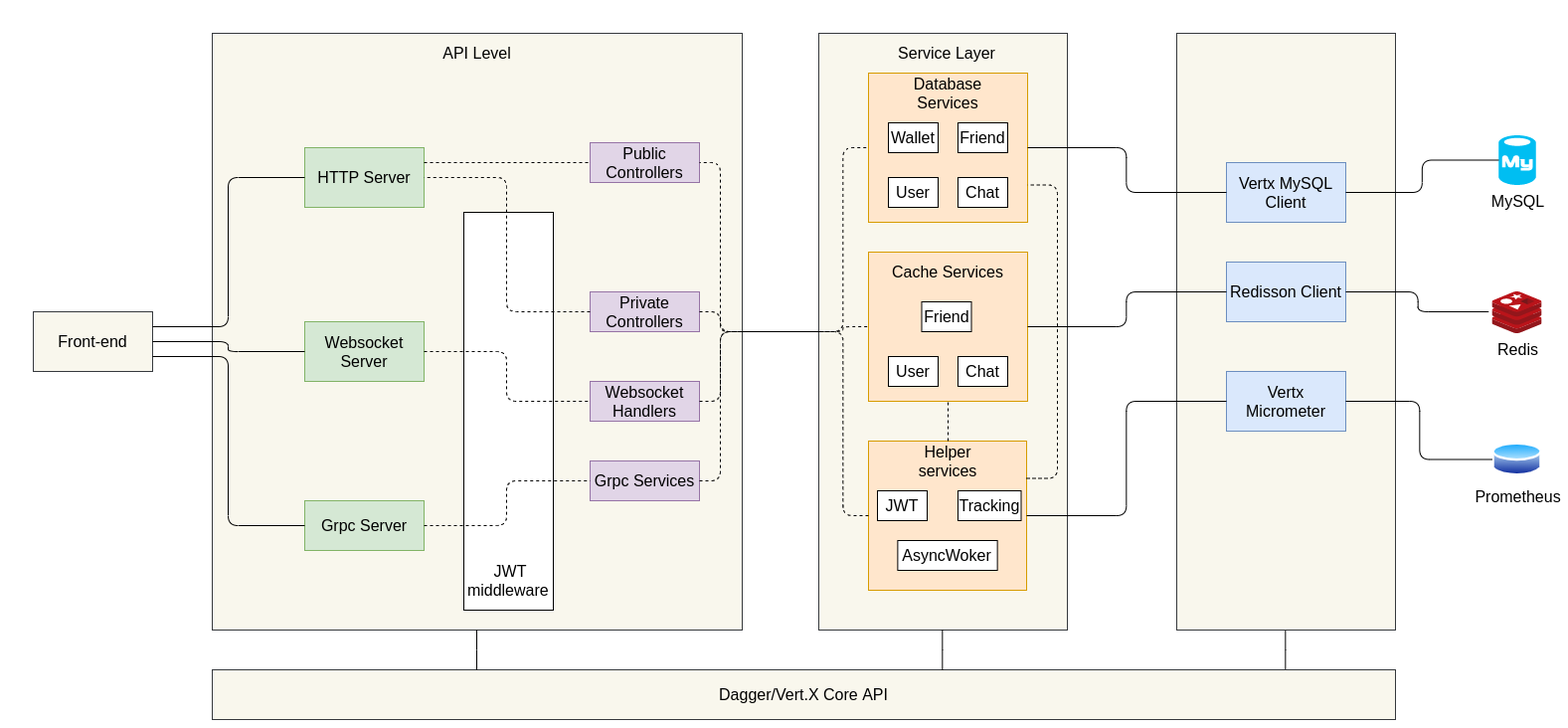
Above: report/img/architechture/vmr-backend.png in delta94/vmr-chatapp-1 (draw.io), before the change. Source tidied: cells renumbered, new cells last; positions are measured from the earlier drawing's top-left corner, leaving out a move shared by most shapes.
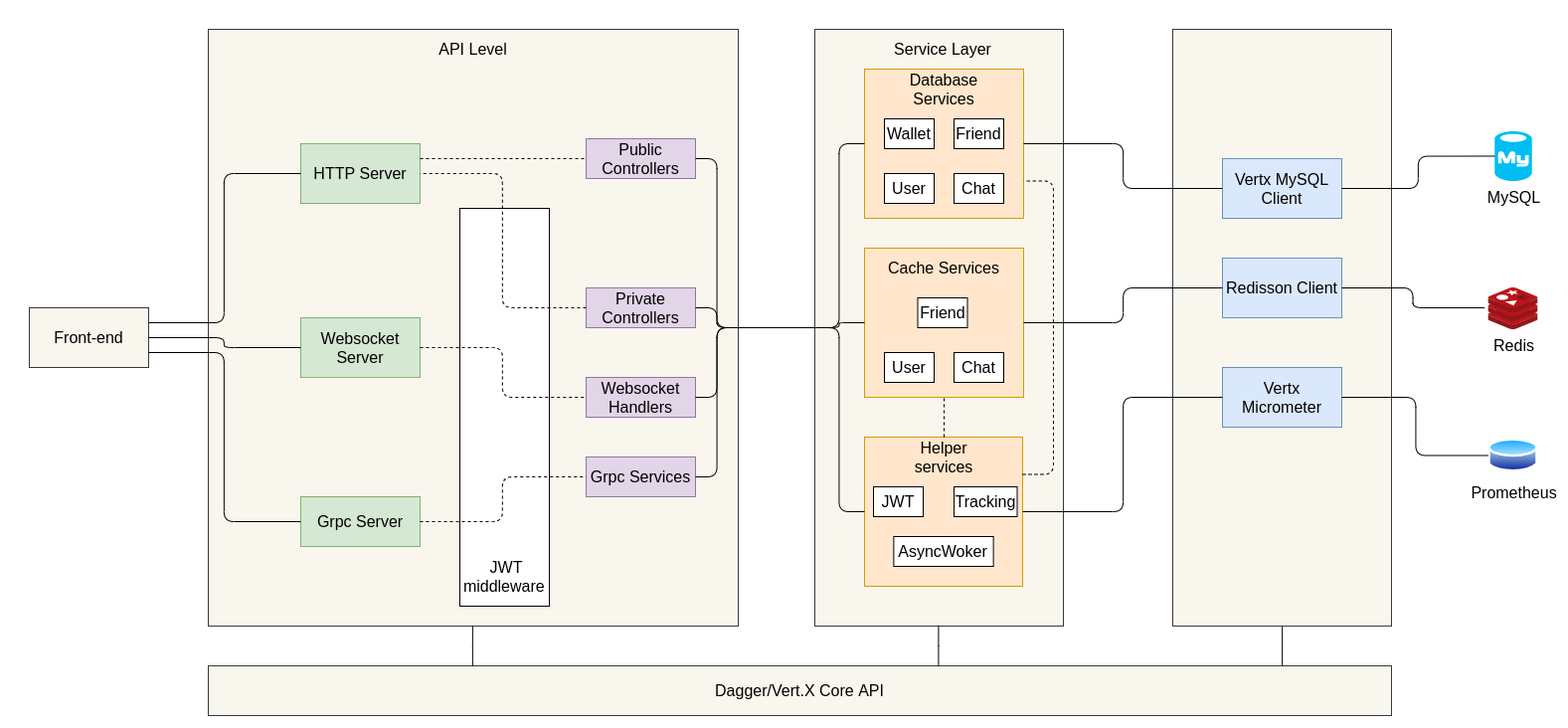
Later version of the same file.

The edit, as a diff of the source:
```diff
@@ -72,13 +72,13 @@
     <mxCell id="22" value="Service Layer" style="text;html=1;strokeColor=none;fillColor=none;align=center;verticalAlign=middle;whiteSpace=wrap;rounded=0;fontSize=16;" parent="2" vertex="1">
       <mxGeometry x="76" y="10" width="105.5" height="20" as="geometry" />
     </mxCell>
-    <mxCell id="23" style="endArrow=none;dashed=1;html=1;entryX=0;entryY=0.5;entryDx=0;entryDy=0;exitX=0;exitY=0.5;exitDx=0;exitDy=0;edgeStyle=elbowEdgeStyle;fontSize=16;" parent="2" edge="1" source="3" target="4">
+    <mxCell id="23" style="endArrow=none;html=1;entryX=0;entryY=0.5;entryDx=0;entryDy=0;exitX=0;exitY=0.5;exitDx=0;exitDy=0;edgeStyle=elbowEdgeStyle;fontSize=16;" parent="2" edge="1" source="3" target="4">
       <mxGeometry relative="1" as="geometry" />
     </mxCell>
-    <mxCell id="24" style="endArrow=none;dashed=1;html=1;entryX=0;entryY=0.5;entryDx=0;entryDy=0;exitX=0;exitY=0.5;exitDx=0;exitDy=0;edgeStyle=elbowEdgeStyle;fontSize=16;" parent="2" edge="1" source="3" target="8">
+    <mxCell id="24" style="endArrow=none;html=1;entryX=0;entryY=0.5;entryDx=0;entryDy=0;exitX=0;exitY=0.5;exitDx=0;exitDy=0;edgeStyle=elbowEdgeStyle;fontSize=16;" parent="2" edge="1" source="3" target="8">
       <mxGeometry relative="1" as="geometry" />
     </mxCell>
-    <mxCell id="25" style="endArrow=none;dashed=1;html=1;entryX=0;entryY=0.5;entryDx=0;entryDy=0;exitX=0;exitY=0.5;exitDx=0;exitDy=0;edgeStyle=elbowEdgeStyle;fontSize=16;" parent="2" edge="1" source="12" target="3">
+    <mxCell id="25" style="endArrow=none;html=1;entryX=0;entryY=0.5;entryDx=0;entryDy=0;exitX=0;exitY=0.5;exitDx=0;exitDy=0;edgeStyle=elbowEdgeStyle;fontSize=16;" parent="2" edge="1" source="12" target="3">
       <mxGeometry relative="1" as="geometry" />
     </mxCell>
     <mxCell id="26" style="edgeStyle=elbowEdgeStyle;rounded=0;jettySize=auto;html=1;startArrow=none;startFill=0;fontSize=16;endArrow=none;endFill=0;" parent="1" edge="1" source="27" target="40">
@@ -171,16 +171,16 @@
     <mxCell id="55" style="endArrow=none;html=1;entryX=0;entryY=0.5;entryDx=0;entryDy=0;exitX=1;exitY=0.5;exitDx=0;exitDy=0;edgeStyle=elbowEdgeStyle;dashed=1;fontSize=16;" parent="42" edge="1" source="46" target="48">
       <mxGeometry relative="1" as="geometry" />
     </mxCell>
-    <mxCell id="56" style="endArrow=none;dashed=1;html=1;entryX=1;entryY=0.5;entryDx=0;entryDy=0;exitX=1;exitY=0.5;exitDx=0;exitDy=0;edgeStyle=elbowEdgeStyle;fontSize=16;" parent="42" edge="1" source="43" target="51">
+    <mxCell id="56" style="endArrow=none;html=1;entryX=1;entryY=0.5;entryDx=0;entryDy=0;exitX=1;exitY=0.5;exitDx=0;exitDy=0;edgeStyle=elbowEdgeStyle;fontSize=16;" parent="42" edge="1" source="43" target="51">
       <mxGeometry relative="1" as="geometry" />
     </mxCell>
-    <mxCell id="57" style="endArrow=none;dashed=1;html=1;entryX=1;entryY=0.5;entryDx=0;entryDy=0;exitX=1;exitY=0.5;exitDx=0;exitDy=0;edgeStyle=elbowEdgeStyle;fontSize=16;" parent="42" edge="1" source="50" target="43">
+    <mxCell id="57" style="endArrow=none;html=1;entryX=1;entryY=0.5;entryDx=0;entryDy=0;exitX=1;exitY=0.5;exitDx=0;exitDy=0;edgeStyle=elbowEdgeStyle;fontSize=16;" parent="42" edge="1" source="50" target="43">
       <mxGeometry relative="1" as="geometry" />
     </mxCell>
-    <mxCell id="58" style="endArrow=none;dashed=1;html=1;entryX=1;entryY=0.5;entryDx=0;entryDy=0;exitX=1;exitY=0.5;exitDx=0;exitDy=0;edgeStyle=elbowEdgeStyle;fontSize=16;" parent="42" edge="1" source="49" target="43">
+    <mxCell id="58" style="endArrow=none;html=1;entryX=1;entryY=0.5;entryDx=0;entryDy=0;exitX=1;exitY=0.5;exitDx=0;exitDy=0;edgeStyle=elbowEdgeStyle;fontSize=16;" parent="42" edge="1" source="49" target="43">
       <mxGeometry relative="1" as="geometry" />
     </mxCell>
-    <mxCell id="59" style="endArrow=none;dashed=1;html=1;entryX=1;entryY=0.5;entryDx=0;entryDy=0;exitX=1;exitY=0.5;exitDx=0;exitDy=0;edgeStyle=elbowEdgeStyle;fontSize=16;" parent="42" edge="1" source="48" target="43">
+    <mxCell id="59" style="endArrow=none;html=1;entryX=1;entryY=0.5;entryDx=0;entryDy=0;exitX=1;exitY=0.5;exitDx=0;exitDy=0;edgeStyle=elbowEdgeStyle;fontSize=16;" parent="42" edge="1" source="48" target="43">
       <mxGeometry relative="1" as="geometry" />
     </mxCell>
     <mxCell id="60" value="API Level" style="text;html=1;strokeColor=none;fillColor=none;align=center;verticalAlign=middle;whiteSpace=wrap;rounded=0;fontSize=16;" parent="42" vertex="1">
```
